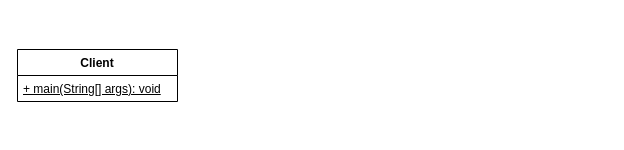
This is soft2201w11.drawio from NguyenChHieu/graphs, a draw.io file, before an edit. Source tidied: cells renumbered, new cells numbered last; positions are measured from the earlier drawing's top-left corner, leaving out a move shared by most shapes. Both pictures are drawn from the tidied source at 100%, with x=0, y=0 at pixel (17, 49).
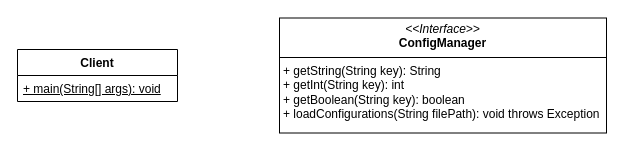
After the change.

The edit, as a diff of the source:
```diff
@@
 <mxGraphModel>
   <root>
     <mxCell id="0" />
     <mxCell id="1" parent="0" />
     <mxCell id="2" value="Client" style="swimlane;fontStyle=1;align=center;verticalAlign=top;horizontal=1;startSize=26;whiteSpace=wrap;html=1;" parent="1" vertex="1">
       <mxGeometry width="160" height="52" as="geometry" />
     </mxCell>
     <mxCell id="3" value="&lt;u&gt;+ main(String[] args): void&lt;/u&gt;" style="text;strokeColor=none;fillColor=none;align=left;verticalAlign=top;spacingLeft=4;spacingRight=4;overflow=hidden;whiteSpace=wrap;html=1;" parent="2" vertex="1">
       <mxGeometry y="26" width="160" height="26" as="geometry" />
     </mxCell>
+    <mxCell id="4" value="&lt;p style=&quot;margin:0px;margin-top:4px;text-align:center;&quot;&gt;&lt;i&gt;&amp;lt;&amp;lt;Interface&amp;gt;&amp;gt;&lt;/i&gt;&lt;br&gt;&lt;b&gt;ConfigManager&lt;/b&gt;&lt;/p&gt;&lt;hr size=&quot;1&quot; style=&quot;border-style:solid;&quot;&gt;&lt;p style=&quot;margin:0px;margin-left:4px;&quot;&gt;+ getString(String key): String&lt;br/&gt;+ getInt(String key): int&lt;br/&gt;+ getBoolean(String key): boolean&lt;br/&gt;+ loadConfigurations(String filePath): void throws Exception&lt;br&gt;&lt;/p&gt;" style="verticalAlign=top;align=left;overflow=fill;html=1;whiteSpace=wrap;" parent="1" vertex="1">
+      <mxGeometry x="262" y="-31.5" width="327" height="115" as="geometry" />
+    </mxCell>
   </root>
 </mxGraphModel>
```
